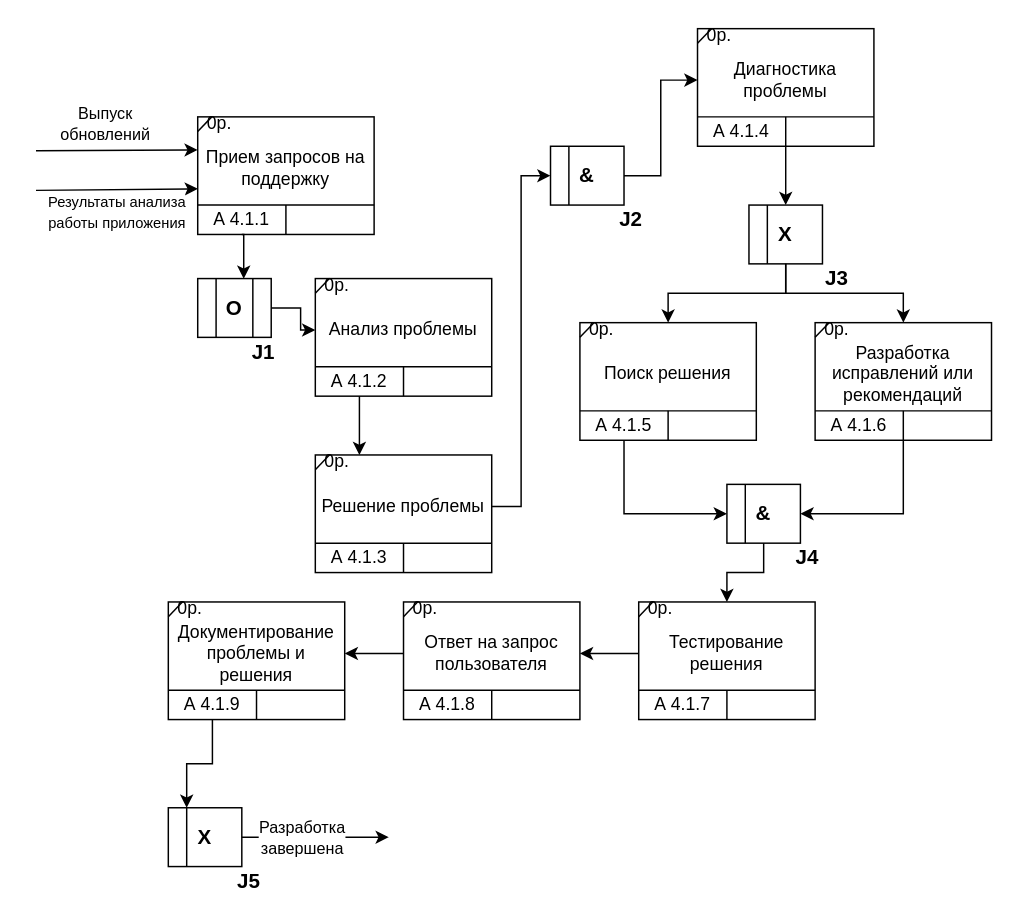
This is ЛР2_2_пис.drawio from pewish/LR2-SARO, a draw.io file, before an edit. Source tidied: cells renumbered, new cells numbered last; positions are measured from the earlier drawing's top-left corner, leaving out a move shared by most shapes. Both pictures are drawn from the tidied source at 147%, with x=0, y=0 at pixel (35, 28).
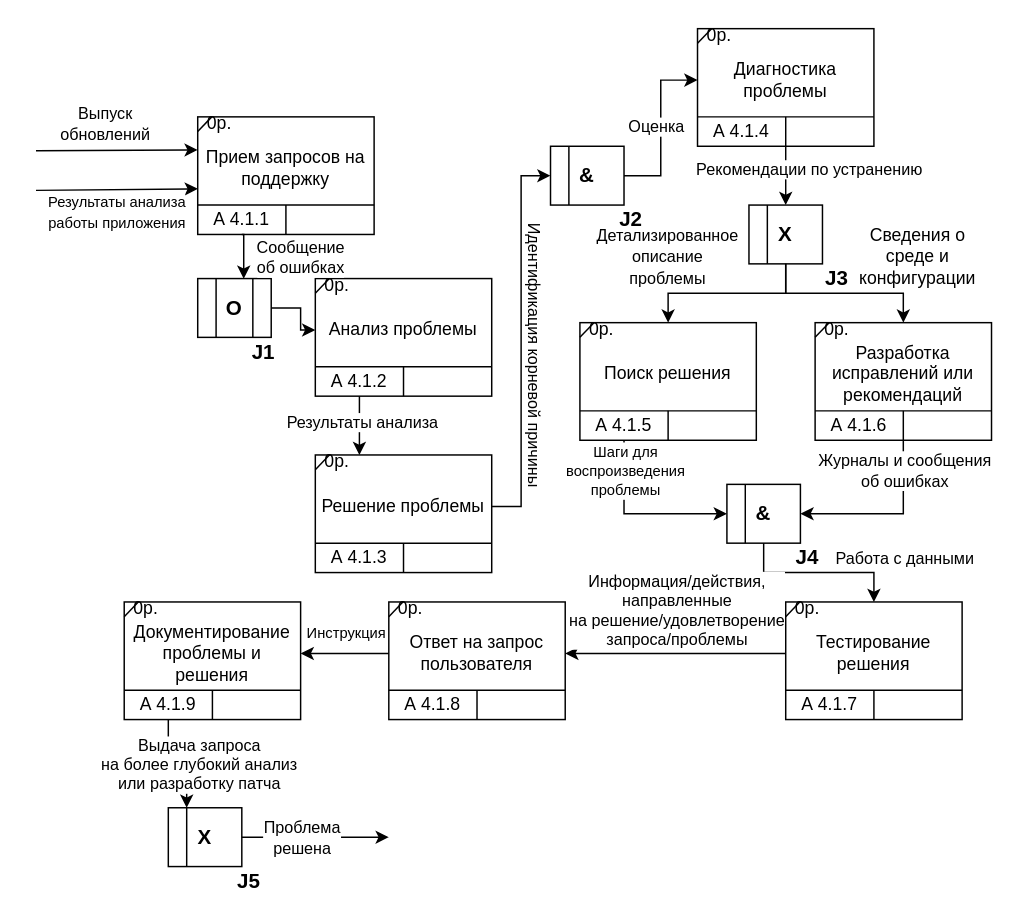
The same page after the edit.

The change refers to these unchanged cells:
```xml
<mxCell id="47" style="edgeStyle=orthogonalEdgeStyle;rounded=0;jettySize=auto;html=1;entryX=0;entryY=0.5;entryDx=0;entryDy=0;" parent="1" edge="1" source="11" target="22">
  <mxGeometry relative="1" as="geometry" />
</mxCell>
<mxCell id="56" style="edgeStyle=orthogonalEdgeStyle;rounded=0;jettySize=auto;html=1;exitX=1;exitY=0.5;exitDx=0;exitDy=0;entryX=0;entryY=0.5;entryDx=0;entryDy=0;" parent="1" edge="1" source="30" target="53">
  <mxGeometry relative="1" as="geometry" />
</mxCell>
<mxCell id="57" style="edgeStyle=orthogonalEdgeStyle;rounded=0;jettySize=auto;html=1;exitX=1;exitY=0.5;exitDx=0;exitDy=0;entryX=0;entryY=0.5;entryDx=0;entryDy=0;" parent="1" edge="1" source="53" target="46">
  <mxGeometry relative="1" as="geometry" />
</mxCell>
<mxCell id="62" style="edgeStyle=orthogonalEdgeStyle;rounded=0;jettySize=auto;html=1;entryX=0.5;entryY=0;entryDx=0;entryDy=0;" parent="1" edge="1" source="40" target="59">
  <mxGeometry relative="1" as="geometry" />
</mxCell>
<mxCell id="87" value="А 4.1.9" style="text;html=1;strokeColor=none;fillColor=none;align=center;verticalAlign=middle;whiteSpace=wrap;rounded=0;" parent="81" vertex="1">
  <mxGeometry y="60" width="60" height="20" as="geometry" />
</mxCell>
<mxCell id="88" value="Документирование проблемы и решения" style="text;html=1;strokeColor=none;fillColor=none;align=center;verticalAlign=middle;whiteSpace=wrap;rounded=0;" parent="81" vertex="1">
  <mxGeometry y="10" width="120" height="50" as="geometry" />
</mxCell>
<mxCell id="96" value="Ответ на запрос пользователя" style="text;html=1;strokeColor=none;fillColor=none;align=center;verticalAlign=middle;whiteSpace=wrap;rounded=0;" parent="89" vertex="1">
  <mxGeometry y="10" width="120" height="50" as="geometry" />
</mxCell>
<mxCell id="98" style="rounded=0;whiteSpace=wrap;html=1;" parent="97" vertex="1">
  <mxGeometry width="50" height="40" as="geometry" />
</mxCell>
<mxCell id="101" style="endArrow=classic;html=1;rounded=0;" parent="1" edge="1">
  <mxGeometry relative="1" as="geometry">
    <mxPoint x="140" y="550" as="sourcePoint" />
    <mxPoint x="240" y="550" as="targetPoint" />
  </mxGeometry>
</mxCell>
<mxCell id="108" style="edgeStyle=orthogonalEdgeStyle;rounded=0;jettySize=auto;html=1;exitX=0.5;exitY=1;exitDx=0;exitDy=0;entryX=1;entryY=0;entryDx=0;entryDy=0;" parent="1" edge="1" source="21" target="28">
  <mxGeometry relative="1" as="geometry" />
</mxCell>
<mxCell id="113" style="edgeStyle=orthogonalEdgeStyle;rounded=0;jettySize=auto;html=1;exitX=0.5;exitY=1;exitDx=0;exitDy=0;entryX=0;entryY=0.5;entryDx=0;entryDy=0;" parent="1" edge="1" source="70" target="110">
  <mxGeometry relative="1" as="geometry" />
</mxCell>
<mxCell id="114" style="edgeStyle=orthogonalEdgeStyle;rounded=0;jettySize=auto;html=1;exitX=1;exitY=1;exitDx=0;exitDy=0;entryX=1;entryY=0.5;entryDx=0;entryDy=0;" parent="1" edge="1" source="77" target="110">
  <mxGeometry relative="1" as="geometry" />
</mxCell>
<mxCell id="115" style="edgeStyle=orthogonalEdgeStyle;rounded=0;jettySize=auto;html=1;entryX=0.5;entryY=0;entryDx=0;entryDy=0;" parent="1" edge="1" source="110" target="32">
  <mxGeometry relative="1" as="geometry" />
</mxCell>
<mxCell id="117" style="edgeStyle=orthogonalEdgeStyle;rounded=0;jettySize=auto;html=1;" parent="1" edge="1" source="38" target="96">
  <mxGeometry relative="1" as="geometry" />
</mxCell>
```

Diff of the diagram source:
```diff
@@
     <mxCell id="31" style="group;" parent="1" vertex="1">
-      <mxGeometry x="410" y="390" width="120" height="80" as="geometry" />
+      <mxGeometry x="510" y="390" width="120" height="80" as="geometry" />
     </mxCell>
@@
+    <mxCell id="120" value="Сообщение&lt;br&gt;об ошибках" style="edgeLabel;html=1;align=center;verticalAlign=middle;" parent="47" vertex="1">
+      <mxGeometry x="-0.67" y="3" relative="1" as="geometry">
+        <mxPoint x="12" y="-32" as="offset" />
+      </mxGeometry>
+    </mxCell>
@@
+    <mxCell id="121" value="Идентификация корневой причины" style="edgeLabel;html=1;align=center;verticalAlign=middle;rotation=90;" parent="56" vertex="1">
+      <mxGeometry x="0.21" y="1" relative="1" as="geometry">
+        <mxPoint x="11" y="36" as="offset" />
+      </mxGeometry>
+    </mxCell>
@@
+    <mxCell id="122" value="Оценка" style="edgeLabel;html=1;align=center;verticalAlign=middle;" parent="57" vertex="1">
+      <mxGeometry x="0.03" y="4" relative="1" as="geometry" />
+    </mxCell>
@@
+    <mxCell id="123" value="Рекомендации по устранению" style="edgeLabel;html=1;align=center;verticalAlign=middle;" parent="62" vertex="1">
+      <mxGeometry x="-0.33" y="1" relative="1" as="geometry">
+        <mxPoint x="14" y="2" as="offset" />
+      </mxGeometry>
+    </mxCell>
@@
     <mxCell id="81" style="group;" parent="1" vertex="1">
-      <mxGeometry x="90" y="390" width="120" height="80" as="geometry" />
+      <mxGeometry x="60" y="390" width="120" height="80" as="geometry" />
     </mxCell>
@@
     <mxCell id="89" style="group;" parent="1" vertex="1">
-      <mxGeometry x="250" y="390" width="120" height="80" as="geometry" />
+      <mxGeometry x="240" y="390" width="120" height="80" as="geometry" />
     </mxCell>
@@
-    <mxCell id="102" value="Разработка&lt;br&gt;завершена" style="edgeLabel;html=1;align=center;verticalAlign=middle;" parent="101" vertex="1">
+    <mxCell id="102" value="Проблема&lt;br&gt;решена" style="edgeLabel;html=1;align=center;verticalAlign=middle;" parent="101" vertex="1">
       <mxGeometry x="0.38" y="-3" relative="1" as="geometry">
         <mxPoint x="-29" y="-3" as="offset" />
       </mxGeometry>
     </mxCell>
@@
+    <mxCell id="124" value="Результаты анализа" style="edgeLabel;html=1;align=center;verticalAlign=middle;" parent="108" vertex="1">
+      <mxGeometry x="-0.15" y="1" relative="1" as="geometry" />
+    </mxCell>
@@
+    <mxCell id="125" value="&lt;font style=&quot;font-size: 10px;&quot;&gt;Шаги для&lt;br&gt;воспроизведения&lt;br&gt;проблемы&lt;/font&gt;" style="edgeLabel;html=1;align=center;verticalAlign=middle;" parent="113" vertex="1">
+      <mxGeometry x="-0.62" relative="1" as="geometry">
+        <mxPoint y="-3" as="offset" />
+      </mxGeometry>
+    </mxCell>
@@
+    <mxCell id="126" value="Журналы и сообщения&lt;br&gt;об ошибках" style="edgeLabel;html=1;align=center;verticalAlign=middle;" parent="114" vertex="1">
+      <mxGeometry x="-0.61" y="5" relative="1" as="geometry">
+        <mxPoint x="-5" y="-3" as="offset" />
+      </mxGeometry>
+    </mxCell>
@@
+    <mxCell id="127" value="Работа с данными" style="edgeLabel;html=1;align=center;verticalAlign=middle;" parent="115" vertex="1">
+      <mxGeometry x="0.42" y="-2" relative="1" as="geometry">
+        <mxPoint x="33" y="-12" as="offset" />
+      </mxGeometry>
+    </mxCell>
@@
+    <mxCell id="118" style="edgeStyle=orthogonalEdgeStyle;rounded=0;jettySize=auto;html=1;" parent="1" edge="1" source="96" target="88">
+      <mxGeometry relative="1" as="geometry" />
+    </mxCell>
+    <mxCell id="128" value="&lt;font style=&quot;font-size: 10px;&quot;&gt;Инструкция&lt;/font&gt;" style="edgeLabel;html=1;align=center;verticalAlign=middle;" parent="118" vertex="1">
+      <mxGeometry x="0.12" y="2" relative="1" as="geometry">
+        <mxPoint x="4" y="-17" as="offset" />
+      </mxGeometry>
+    </mxCell>
+    <mxCell id="119" style="edgeStyle=orthogonalEdgeStyle;rounded=0;jettySize=auto;html=1;entryX=0.25;entryY=0;entryDx=0;entryDy=0;" parent="1" edge="1" source="87" target="98">
+      <mxGeometry relative="1" as="geometry" />
+    </mxCell>
+    <mxCell id="129" value="Выдача запроса&lt;br&gt;на более глубокий анализ&lt;br&gt;или разработку патча" style="edgeLabel;html=1;align=center;verticalAlign=middle;" parent="119" vertex="1">
+      <mxGeometry x="-0.64" y="-5" relative="1" as="geometry">
+        <mxPoint x="25" y="17" as="offset" />
+      </mxGeometry>
+    </mxCell>
@@
-    <mxCell id="118" style="edgeStyle=orthogonalEdgeStyle;rounded=0;jettySize=auto;html=1;" parent="1" edge="1" source="96" target="88">
-      <mxGeometry relative="1" as="geometry" />
-    </mxCell>
-    <mxCell id="119" style="edgeStyle=orthogonalEdgeStyle;rounded=0;jettySize=auto;html=1;entryX=0.25;entryY=0;entryDx=0;entryDy=0;" parent="1" edge="1" source="87" target="98">
-      <mxGeometry relative="1" as="geometry" />
-    </mxCell>
+    <mxCell id="130" value="Информация/действия,&lt;br&gt;направленные&lt;br&gt;на решение/удовлетворение&lt;br&gt;запроса/проблемы" style="edgeLabel;html=1;align=center;verticalAlign=middle;" parent="117" vertex="1">
+      <mxGeometry x="-0.09" y="-1" relative="1" as="geometry">
+        <mxPoint x="-7" y="-29" as="offset" />
+      </mxGeometry>
+    </mxCell>
+    <mxCell id="131" value="Сведения о среде и конфигурации" style="text;html=1;strokeColor=none;fillColor=none;align=center;verticalAlign=middle;whiteSpace=wrap;rounded=0;" parent="1" vertex="1">
+      <mxGeometry x="570" y="140" width="60" height="30" as="geometry" />
+    </mxCell>
+    <mxCell id="132" value="&lt;font style=&quot;font-size: 11px;&quot;&gt;Детализированное описание проблемы&lt;/font&gt;" style="text;html=1;strokeColor=none;fillColor=none;align=center;verticalAlign=middle;whiteSpace=wrap;rounded=0;" parent="1" vertex="1">
+      <mxGeometry x="400" y="140" width="60" height="30" as="geometry" />
+    </mxCell>
```
